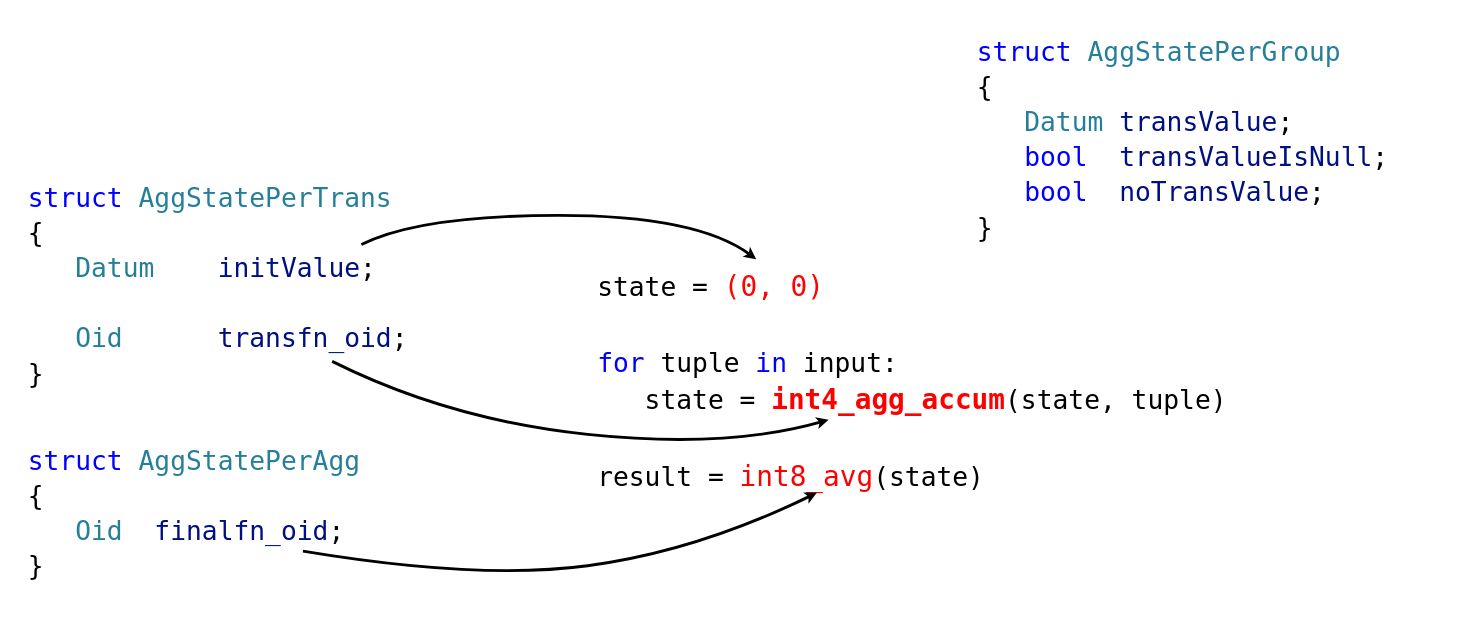
Above: how-group-by-works/trans-final-scheme.drawio in ashenBlade/tantor-pg-meetups (draw.io), before the change. Source tidied: cells renumbered, new cells numbered last; positions are measured from the earlier drawing's top-left corner, leaving out a move shared by most shapes. Both pictures are drawn from the tidied source at 146%, with x=0, y=0 at pixel (25, 25).
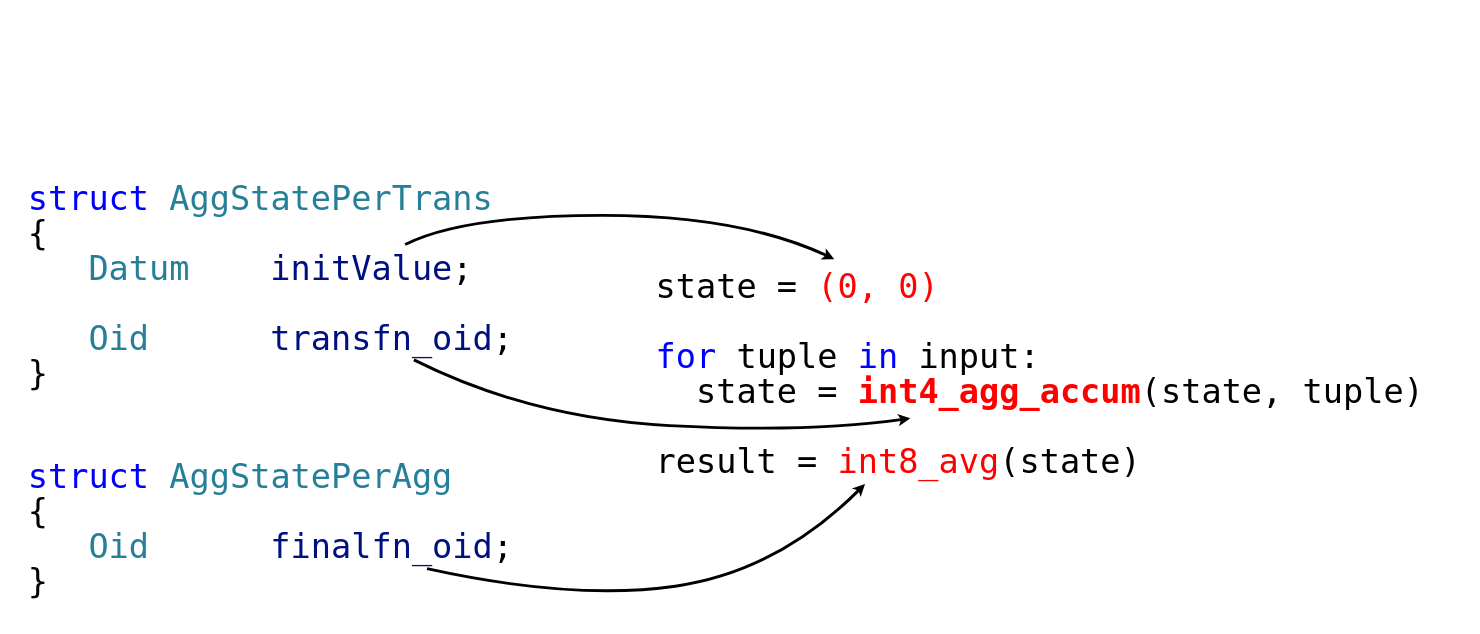
Above is the later version.

Change to the diagram source:
```diff
@@
 <mxGraphModel>
   <root>
     <mxCell id="0" />
     <mxCell id="1" parent="0" />
-    <mxCell id="2" value="&lt;div style=&quot;font-family: &amp;quot;JetBrains Mono NL Medium&amp;quot;, &amp;quot;monospace&amp;quot;, monospace, &amp;quot;Droid Sans Mono&amp;quot;, monospace; line-height: 24px; white-space: pre;&quot;&gt;&lt;div style=&quot;font-weight: normal;&quot;&gt;&lt;span&gt;&lt;span style=&quot;color: rgb(0, 0, 0); font-size: 18px;&quot;&gt;state = &lt;/span&gt;&lt;font style=&quot;font-size: 19px; color: rgb(255, 3, 3);&quot;&gt;(&lt;/font&gt;&lt;/span&gt;&lt;font style=&quot;font-size: 19px; color: rgb(255, 3, 3);&quot;&gt;&lt;span&gt;0&lt;/span&gt;&lt;span&gt;, &lt;/span&gt;&lt;span&gt;0&lt;/span&gt;&lt;span&gt;)&lt;/span&gt;&lt;/font&gt;&lt;/div&gt;&lt;span style=&quot;color: rgb(0, 0, 0); font-size: 18px;&quot;&gt;&lt;br&gt;&lt;/span&gt;&lt;div style=&quot;color: rgb(0, 0, 0); font-size: 18px; font-weight: normal;&quot;&gt;&lt;span style=&quot;color: #0000ff;&quot;&gt;for&lt;/span&gt;&lt;span style=&quot;color: #000000;&quot;&gt; tuple &lt;/span&gt;&lt;span style=&quot;color: #0000ff;&quot;&gt;in&lt;/span&gt;&lt;span style=&quot;color: #000000;&quot;&gt; input:&lt;/span&gt;&lt;/div&gt;&lt;div style=&quot;&quot;&gt;&lt;span&gt;&lt;span style=&quot;color: rgb(0, 0, 0); font-size: 18px;&quot;&gt;   state = &lt;/span&gt;&lt;b style=&quot;&quot;&gt;&lt;font style=&quot;font-size: 19px; color: rgb(255, 0, 0);&quot;&gt;int4_agg_accum&lt;/font&gt;&lt;/b&gt;&lt;span style=&quot;color: rgb(0, 0, 0); font-size: 18px;&quot;&gt;(state, tuple)&lt;/span&gt;&lt;/span&gt;&lt;/div&gt;&lt;span style=&quot;color: rgb(0, 0, 0); font-size: 18px;&quot;&gt;&lt;br&gt;&lt;/span&gt;&lt;div style=&quot;font-weight: normal;&quot;&gt;&lt;span&gt;&lt;span style=&quot;color: rgb(0, 0, 0); font-size: 18px;&quot;&gt;result = &lt;/span&gt;&lt;font style=&quot;font-size: 19px; color: rgb(255, 0, 0);&quot;&gt;int8_avg&lt;/font&gt;&lt;span style=&quot;color: rgb(0, 0, 0); font-size: 18px;&quot;&gt;(state)&lt;/span&gt;&lt;/span&gt;&lt;/div&gt;&lt;/div&gt;" style="text;whiteSpace=wrap;html=1;labelBackgroundColor=none;" parent="1" vertex="1">
-      <mxGeometry x="390" y="160" width="450" height="170" as="geometry" />
+    <mxCell id="2" value="&lt;div style=&quot;font-family: &amp;quot;JetBrains Mono NL Medium&amp;quot;, &amp;quot;monospace&amp;quot;, monospace, &amp;quot;Droid Sans Mono&amp;quot;, monospace; line-height: 24px; white-space: pre;&quot;&gt;&lt;div style=&quot;font-weight: normal;&quot;&gt;&lt;span&gt;&lt;span style=&quot;color: rgb(0, 0, 0);&quot;&gt;state = &lt;/span&gt;&lt;font style=&quot;color: rgb(255, 3, 3);&quot;&gt;(&lt;/font&gt;&lt;/span&gt;&lt;font style=&quot;color: rgb(255, 3, 3);&quot;&gt;&lt;span&gt;0&lt;/span&gt;&lt;span&gt;, &lt;/span&gt;&lt;span&gt;0&lt;/span&gt;&lt;span&gt;)&lt;/span&gt;&lt;/font&gt;&lt;/div&gt;&lt;span style=&quot;color: rgb(0, 0, 0);&quot;&gt;&lt;br&gt;&lt;/span&gt;&lt;div style=&quot;color: rgb(0, 0, 0); font-weight: normal;&quot;&gt;&lt;span style=&quot;color: #0000ff;&quot;&gt;for&lt;/span&gt;&lt;span style=&quot;color: #000000;&quot;&gt; tuple &lt;/span&gt;&lt;span style=&quot;color: #0000ff;&quot;&gt;in&lt;/span&gt;&lt;span style=&quot;color: #000000;&quot;&gt; input:&lt;/span&gt;&lt;/div&gt;&lt;div&gt;&lt;span&gt;&lt;span style=&quot;color: rgb(0, 0, 0);&quot;&gt;  state = &lt;/span&gt;&lt;b&gt;&lt;font style=&quot;color: rgb(255, 0, 0);&quot;&gt;int4_agg_accum&lt;/font&gt;&lt;/b&gt;&lt;span style=&quot;color: rgb(0, 0, 0);&quot;&gt;(state, tuple)&lt;/span&gt;&lt;/span&gt;&lt;/div&gt;&lt;span style=&quot;color: rgb(0, 0, 0);&quot;&gt;&lt;br&gt;&lt;/span&gt;&lt;div style=&quot;font-weight: normal;&quot;&gt;&lt;span&gt;&lt;span style=&quot;color: rgb(0, 0, 0);&quot;&gt;result = &lt;/span&gt;&lt;font style=&quot;color: rgb(255, 0, 0);&quot;&gt;int8_avg&lt;/font&gt;&lt;span style=&quot;color: rgb(0, 0, 0);&quot;&gt;(state)&lt;/span&gt;&lt;/span&gt;&lt;/div&gt;&lt;/div&gt;" style="text;whiteSpace=wrap;html=1;labelBackgroundColor=none;fontSize=23;" parent="1" vertex="1">
+      <mxGeometry x="430" y="160" width="550" height="170" as="geometry" />
     </mxCell>
-    <mxCell id="3" value="&lt;div style=&quot;color: rgb(59, 59, 59); font-family: &amp;quot;JetBrains Mono NL Medium&amp;quot;, &amp;quot;monospace&amp;quot;, monospace, &amp;quot;Droid Sans Mono&amp;quot;, monospace; font-weight: normal; line-height: 24px; white-space: pre;&quot;&gt;&lt;div&gt;&lt;span style=&quot;color: #0000ff;&quot;&gt;struct&lt;/span&gt;&lt;span style=&quot;color: #000000;&quot;&gt; &lt;/span&gt;&lt;span style=&quot;color: #267f99;&quot;&gt;AggStatePerTrans&lt;/span&gt;&lt;/div&gt;&lt;div&gt;&lt;span style=&quot;color: #000000;&quot;&gt;{&lt;/span&gt;&lt;/div&gt;&lt;div&gt;&lt;span style=&quot;background-color: transparent; color: rgb(0, 0, 0);&quot;&gt;   &lt;/span&gt;&lt;span style=&quot;background-color: transparent; color: rgb(38, 127, 153);&quot;&gt;Datum&lt;/span&gt;&lt;span style=&quot;background-color: transparent; color: rgb(0, 0, 0);&quot;&gt;    &lt;/span&gt;&lt;span style=&quot;background-color: transparent; color: rgb(0, 16, 128);&quot;&gt;initValue&lt;/span&gt;&lt;span style=&quot;background-color: transparent; color: rgb(0, 0, 0);&quot;&gt;;&lt;/span&gt;&lt;/div&gt;&lt;div&gt;&lt;span style=&quot;background-color: transparent; color: rgb(0, 0, 0);&quot;&gt;&lt;br&gt;&lt;/span&gt;&lt;/div&gt;&lt;div&gt;&lt;span style=&quot;color: #000000;&quot;&gt;   &lt;/span&gt;&lt;span style=&quot;color: #267f99;&quot;&gt;Oid&lt;/span&gt;&lt;span style=&quot;color: #000000;&quot;&gt;      &lt;/span&gt;&lt;span style=&quot;color: #001080;&quot;&gt;transfn_oid&lt;/span&gt;&lt;span style=&quot;color: #000000;&quot;&gt;;&lt;/span&gt;&lt;/div&gt;&lt;div&gt;&lt;span style=&quot;color: #000000;&quot;&gt;}&lt;/span&gt;&lt;/div&gt;&lt;/div&gt;" style="text;whiteSpace=wrap;html=1;labelBackgroundColor=none;fontSize=18;" parent="1" vertex="1">
-      <mxGeometry y="100" width="275" height="130" as="geometry" />
+    <mxCell id="3" value="&lt;div style=&quot;color: rgb(59, 59, 59); font-family: &amp;quot;JetBrains Mono NL Medium&amp;quot;, &amp;quot;monospace&amp;quot;, monospace, &amp;quot;Droid Sans Mono&amp;quot;, monospace; font-weight: normal; line-height: 24px; white-space: pre;&quot;&gt;&lt;div&gt;&lt;span style=&quot;color: #0000ff;&quot;&gt;struct&lt;/span&gt;&lt;span style=&quot;color: #000000;&quot;&gt; &lt;/span&gt;&lt;span style=&quot;color: #267f99;&quot;&gt;AggStatePerTrans&lt;/span&gt;&lt;/div&gt;&lt;div&gt;&lt;span style=&quot;color: #000000;&quot;&gt;{&lt;/span&gt;&lt;/div&gt;&lt;div&gt;&lt;span style=&quot;background-color: transparent; color: rgb(0, 0, 0);&quot;&gt;   &lt;/span&gt;&lt;span style=&quot;background-color: transparent; color: rgb(38, 127, 153);&quot;&gt;Datum&lt;/span&gt;&lt;span style=&quot;background-color: transparent; color: rgb(0, 0, 0);&quot;&gt;    &lt;/span&gt;&lt;span style=&quot;background-color: transparent; color: rgb(0, 16, 128);&quot;&gt;initValue&lt;/span&gt;&lt;span style=&quot;background-color: transparent; color: rgb(0, 0, 0);&quot;&gt;;&lt;/span&gt;&lt;/div&gt;&lt;div&gt;&lt;span style=&quot;background-color: transparent; color: rgb(0, 0, 0);&quot;&gt;&lt;br&gt;&lt;/span&gt;&lt;/div&gt;&lt;div&gt;&lt;span style=&quot;color: #000000;&quot;&gt;   &lt;/span&gt;&lt;span style=&quot;color: #267f99;&quot;&gt;Oid&lt;/span&gt;&lt;span style=&quot;color: #000000;&quot;&gt;      &lt;/span&gt;&lt;span style=&quot;color: #001080;&quot;&gt;transfn_oid&lt;/span&gt;&lt;span style=&quot;color: #000000;&quot;&gt;;&lt;/span&gt;&lt;/div&gt;&lt;div&gt;&lt;span style=&quot;color: #000000;&quot;&gt;}&lt;/span&gt;&lt;/div&gt;&lt;/div&gt;" style="text;whiteSpace=wrap;html=1;labelBackgroundColor=none;fontSize=23;" parent="1" vertex="1">
+      <mxGeometry y="100" width="340" height="160" as="geometry" />
     </mxCell>
-    <mxCell id="4" value="&lt;div style=&quot;color: rgb(59, 59, 59); font-family: &amp;quot;JetBrains Mono NL Medium&amp;quot;, &amp;quot;monospace&amp;quot;, monospace, &amp;quot;Droid Sans Mono&amp;quot;, monospace; font-weight: normal; line-height: 24px; white-space: pre;&quot;&gt;&lt;div&gt;&lt;span style=&quot;color: #0000ff;&quot;&gt;struct&lt;/span&gt;&lt;span style=&quot;color: #000000;&quot;&gt; &lt;/span&gt;&lt;span style=&quot;color: #267f99;&quot;&gt;AggStatePerAgg&lt;/span&gt;&lt;/div&gt;&lt;div&gt;&lt;span style=&quot;color: #000000;&quot;&gt;{&lt;/span&gt;&lt;/div&gt;&lt;div&gt;&lt;span style=&quot;color: #000000;&quot;&gt;   &lt;/span&gt;&lt;span style=&quot;color: #267f99;&quot;&gt;Oid&lt;/span&gt;&lt;span style=&quot;color: #000000;&quot;&gt;  &lt;/span&gt;&lt;span style=&quot;color: #001080;&quot;&gt;finalfn_oid&lt;/span&gt;&lt;span style=&quot;color: #000000;&quot;&gt;;&lt;/span&gt;&lt;/div&gt;&lt;div&gt;&lt;span style=&quot;color: #000000;&quot;&gt;}&lt;/span&gt;&lt;/div&gt;&lt;/div&gt;" style="text;whiteSpace=wrap;html=1;labelBackgroundColor=none;fontSize=18;" parent="1" vertex="1">
-      <mxGeometry y="280" width="275" height="110" as="geometry" />
+    <mxCell id="4" value="&lt;div style=&quot;color: rgb(59, 59, 59); font-family: &amp;quot;JetBrains Mono NL Medium&amp;quot;, &amp;quot;monospace&amp;quot;, monospace, &amp;quot;Droid Sans Mono&amp;quot;, monospace; font-weight: normal; line-height: 24px; white-space: pre;&quot;&gt;&lt;div&gt;&lt;span style=&quot;color: #0000ff;&quot;&gt;struct&lt;/span&gt;&lt;span style=&quot;color: #000000;&quot;&gt; &lt;/span&gt;&lt;span style=&quot;color: #267f99;&quot;&gt;AggStatePerAgg&lt;/span&gt;&lt;/div&gt;&lt;div&gt;&lt;span style=&quot;color: #000000;&quot;&gt;{&lt;/span&gt;&lt;/div&gt;&lt;div&gt;&lt;span style=&quot;color: #000000;&quot;&gt;   &lt;/span&gt;&lt;span style=&quot;color: #267f99;&quot;&gt;Oid&lt;/span&gt;&lt;span style=&quot;color: #000000;&quot;&gt;      &lt;/span&gt;&lt;span style=&quot;color: #001080;&quot;&gt;finalfn_oid&lt;/span&gt;&lt;span style=&quot;color: #000000;&quot;&gt;;&lt;/span&gt;&lt;/div&gt;&lt;div&gt;&lt;span style=&quot;color: #000000;&quot;&gt;}&lt;/span&gt;&lt;/div&gt;&lt;/div&gt;" style="text;whiteSpace=wrap;html=1;labelBackgroundColor=none;fontSize=23;" parent="1" vertex="1">
+      <mxGeometry y="290" width="350" height="110" as="geometry" />
     </mxCell>
-    <mxCell id="5" style="curved=1;endArrow=classic;html=1;rounded=0;fontSize=13;endSize=2;startSize=13;strokeWidth=2;endFill=1;" parent="1" edge="1" target="2">
+    <mxCell id="5" style="curved=1;endArrow=classic;html=1;rounded=0;fontSize=13;endSize=2;startSize=13;strokeWidth=2;endFill=1;" parent="1" edge="1">
       <mxGeometry relative="1" as="geometry">
-        <mxPoint x="230" y="150" as="sourcePoint" />
+        <mxPoint x="260" y="150" as="sourcePoint" />
+        <mxPoint x="553.9" y="160" as="targetPoint" />
         <Array as="points">
-          <mxPoint x="270" y="130" />
-          <mxPoint x="460" y="130" />
+          <mxPoint x="300" y="130" />
+          <mxPoint x="490" y="130" />
         </Array>
       </mxGeometry>
     </mxCell>
     <mxCell id="6" style="curved=1;endArrow=classic;html=1;rounded=0;fontSize=13;endSize=2;startSize=13;strokeWidth=2;endFill=1;" parent="1" edge="1">
       <mxGeometry relative="1" as="geometry">
-        <mxPoint x="210" y="230" as="sourcePoint" />
-        <mxPoint x="550" y="270" as="targetPoint" />
+        <mxPoint x="266" y="229" as="sourcePoint" />
+        <mxPoint x="606" y="269" as="targetPoint" />
         <Array as="points">
-          <mxPoint x="290" y="270" />
-          <mxPoint x="480" y="290" />
+          <mxPoint x="346" y="269" />
+          <mxPoint x="536" y="279" />
         </Array>
       </mxGeometry>
     </mxCell>
     <mxCell id="7" style="curved=1;endArrow=classic;html=1;rounded=0;fontSize=13;endSize=2;startSize=13;strokeWidth=2;endFill=1;" parent="1" edge="1">
       <mxGeometry relative="1" as="geometry">
-        <mxPoint x="190" y="360" as="sourcePoint" />
-        <mxPoint x="542" y="320" as="targetPoint" />
+        <mxPoint x="275" y="372" as="sourcePoint" />
+        <mxPoint x="575" y="314" as="targetPoint" />
         <Array as="points">
-          <mxPoint x="310" y="380" />
-          <mxPoint x="460" y="360" />
+          <mxPoint x="375" y="394" />
+          <mxPoint x="515" y="374" />
         </Array>
       </mxGeometry>
     </mxCell>
-    <mxCell id="8" value="&lt;div style=&quot;color: rgb(59, 59, 59); font-family: &amp;quot;JetBrains Mono NL Medium&amp;quot;, &amp;quot;monospace&amp;quot;, monospace, &amp;quot;Droid Sans Mono&amp;quot;, monospace; font-weight: normal; line-height: 24px; white-space: pre;&quot;&gt;&lt;div&gt;&lt;span style=&quot;color: #0000ff;&quot;&gt;struct&lt;/span&gt;&lt;span style=&quot;color: #000000;&quot;&gt; &lt;/span&gt;&lt;span style=&quot;color: #267f99;&quot;&gt;AggStatePerGroup&lt;/span&gt;&lt;/div&gt;&lt;div&gt;&lt;span style=&quot;color: #000000;&quot;&gt;{&lt;/span&gt;&lt;/div&gt;&lt;div&gt;&lt;span style=&quot;color: #000000;&quot;&gt;   &lt;/span&gt;&lt;span style=&quot;color: #267f99;&quot;&gt;Datum&lt;/span&gt;&lt;span style=&quot;color: #000000;&quot;&gt; &lt;/span&gt;&lt;span style=&quot;color: #001080;&quot;&gt;transValue&lt;/span&gt;&lt;span style=&quot;color: #000000;&quot;&gt;;&lt;/span&gt;&lt;/div&gt;&lt;div&gt;&lt;span style=&quot;color: #000000;&quot;&gt;   &lt;/span&gt;&lt;span style=&quot;color: #0000ff;&quot;&gt;bool&lt;/span&gt;&lt;span style=&quot;color: #000000;&quot;&gt;  &lt;/span&gt;&lt;span style=&quot;color: #001080;&quot;&gt;transValueIsNull&lt;/span&gt;&lt;span style=&quot;color: #000000;&quot;&gt;;&lt;/span&gt;&lt;/div&gt;&lt;div&gt;&lt;span style=&quot;color: #000000;&quot;&gt;   &lt;/span&gt;&lt;span style=&quot;color: #0000ff;&quot;&gt;bool&lt;/span&gt;&lt;span style=&quot;color: #000000;&quot;&gt;  &lt;/span&gt;&lt;span style=&quot;color: #001080;&quot;&gt;noTransValue&lt;/span&gt;&lt;span style=&quot;color: #000000;&quot;&gt;;&lt;/span&gt;&lt;/div&gt;&lt;div&gt;&lt;span style=&quot;color: #000000;&quot;&gt;}&lt;/span&gt;&lt;/div&gt;&lt;/div&gt;" style="text;whiteSpace=wrap;html=1;labelBackgroundColor=none;fontSize=18;" parent="1" vertex="1">
-      <mxGeometry x="650" width="310" height="160" as="geometry" />
-    </mxCell>
   </root>
 </mxGraphModel>
```
